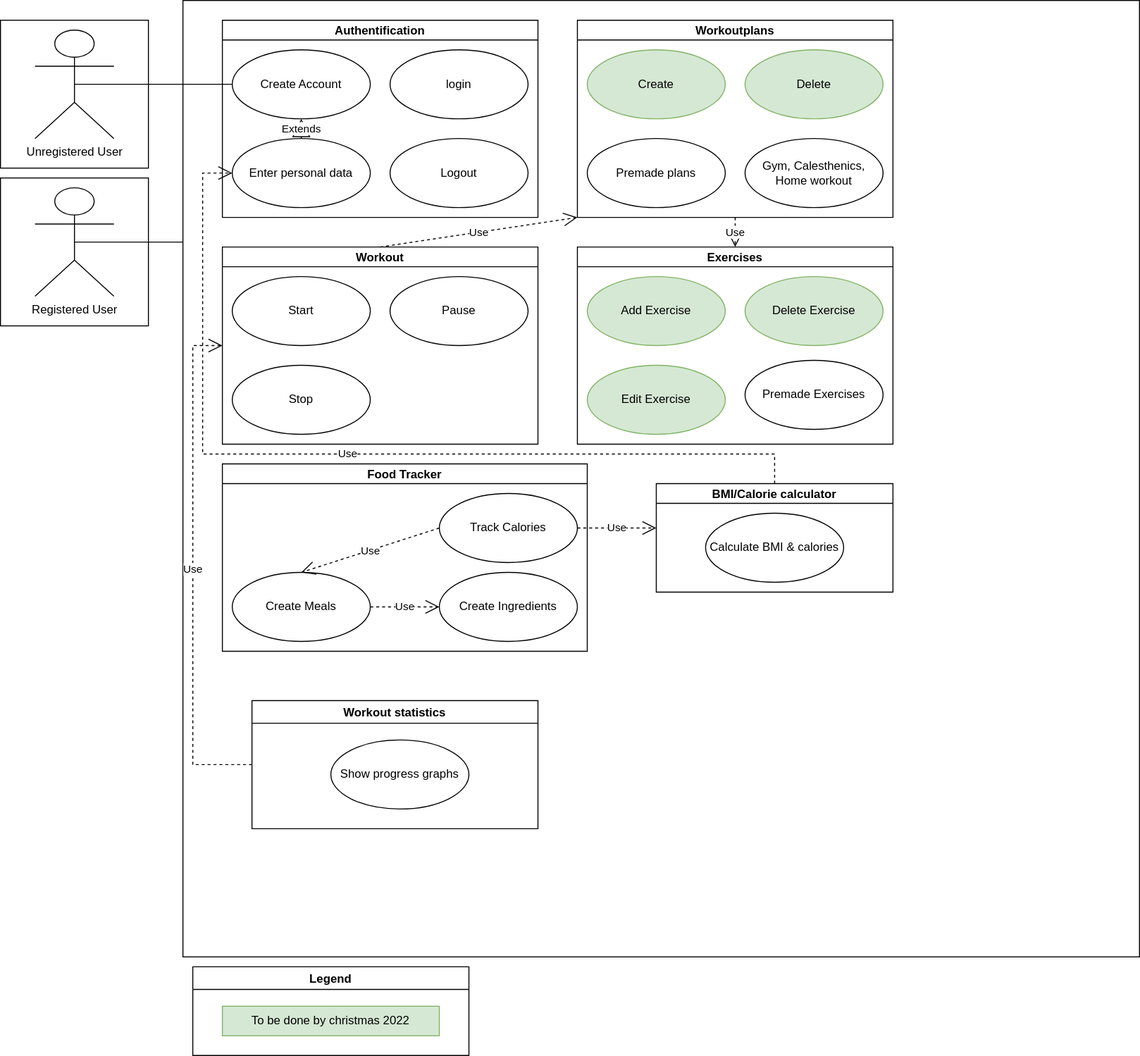
Earlier version of the draw.io export UseCases/Overall_Use_Case_Diagram.drawio.svg (willizielke/FitnessWebAppDocumentation). Source tidied: cells renumbered, new cells last; positions are measured from the earlier drawing's top-left corner, leaving out a move shared by most shapes.
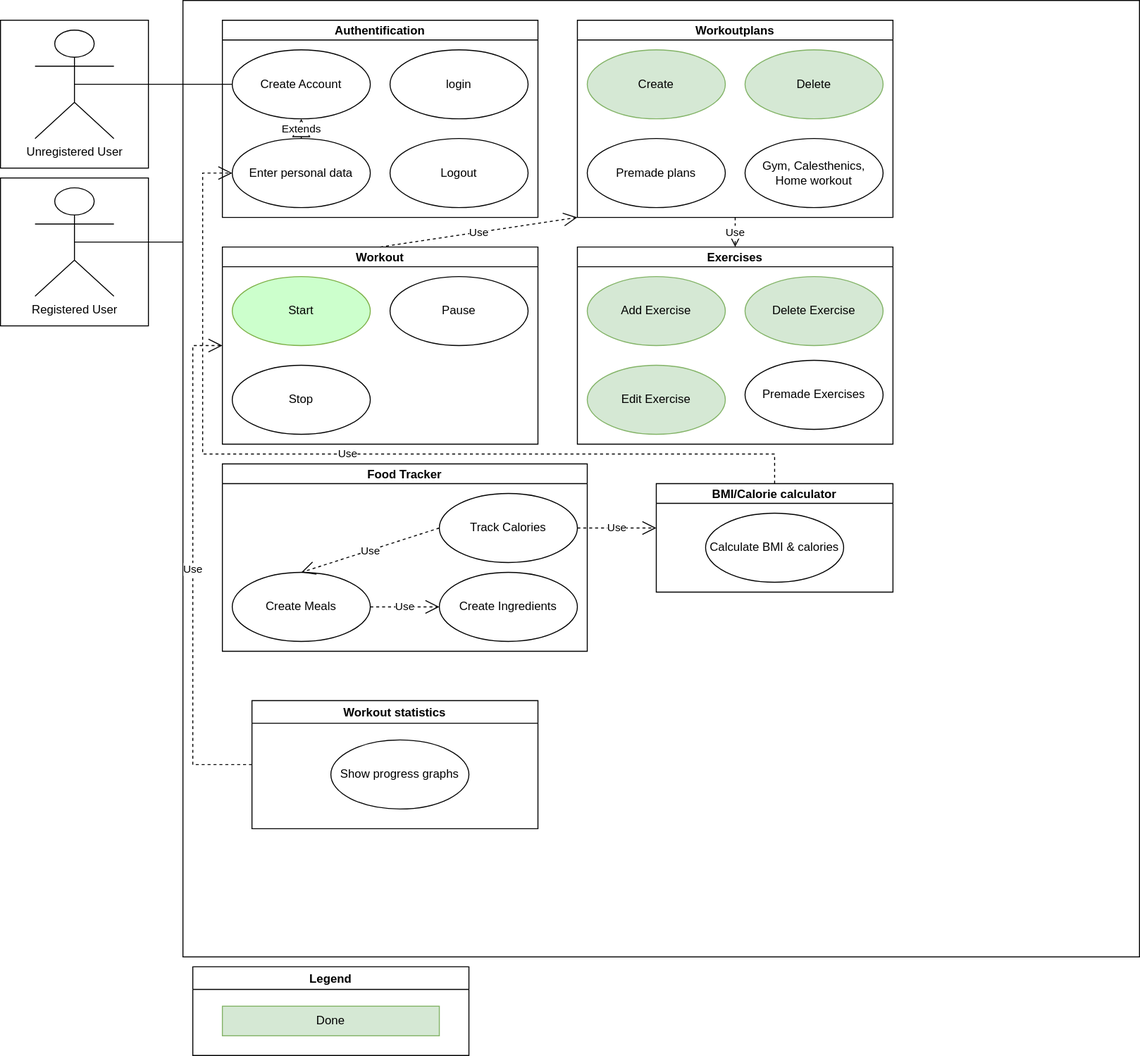
The same file after the commit.

Commit message:
update Use Case

Diff of the diagram source:
```diff
@@ -1,4 +1,4 @@
-<mxGraphModel>
+<mxGraphModel background="#FFFFFF">
   <root>
     <mxCell id="0" />
     <mxCell id="1" parent="0" />
@@ -38,7 +38,7 @@
     <mxCell id="13" value="Workout" style="swimlane;startSize=20;" parent="1" vertex="1">
       <mxGeometry x="225" y="250" width="320" height="200" as="geometry" />
     </mxCell>
-    <mxCell id="14" value="Start" style="ellipse;whiteSpace=wrap;html=1;" parent="13" vertex="1">
+    <mxCell id="14" value="Start" style="ellipse;whiteSpace=wrap;html=1;fillColor=#CCFFCC;strokeColor=#7CB046;" parent="13" vertex="1">
       <mxGeometry x="10" y="30" width="140" height="70" as="geometry" />
     </mxCell>
     <mxCell id="15" value="Stop" style="ellipse;whiteSpace=wrap;html=1;" parent="13" vertex="1">
@@ -132,7 +132,7 @@
     <mxCell id="41" value="Legend" style="swimlane;" parent="1" vertex="1">
       <mxGeometry x="195" y="980" width="280" height="90" as="geometry" />
     </mxCell>
-    <mxCell id="42" value="To be done by christmas 2022" style="text;html=1;strokeColor=#82b366;fillColor=#d5e8d4;align=center;verticalAlign=middle;whiteSpace=wrap;rounded=0;" parent="41" vertex="1">
+    <mxCell id="42" value="Done" style="text;html=1;strokeColor=#82b366;fillColor=#d5e8d4;align=center;verticalAlign=middle;whiteSpace=wrap;rounded=0;" parent="41" vertex="1">
       <mxGeometry x="30" y="40" width="220" height="30" as="geometry" />
     </mxCell>
     <mxCell id="43" value="Workout statistics" style="swimlane;" parent="1" vertex="1">
```
